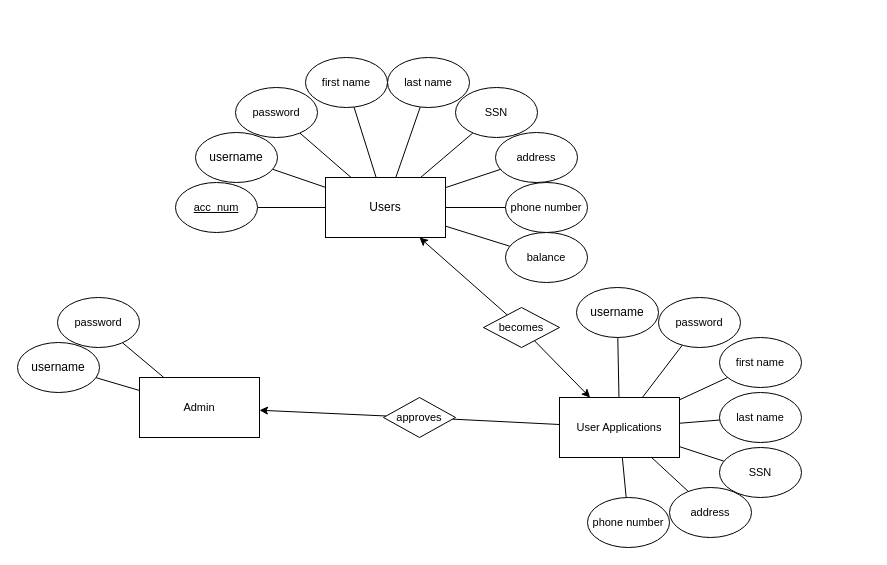
Before: diagrams/CSET170-Final-Banking.drawio in bluemario8/CSET170-Final-Banking, a draw.io diagram. Source tidied: cells renumbered, new cells numbered last; positions are measured from the earlier drawing's top-left corner, leaving out a move shared by most shapes. Both pictures are drawn from the tidied source at 100%, with x=0, y=0 at pixel (17, 57).
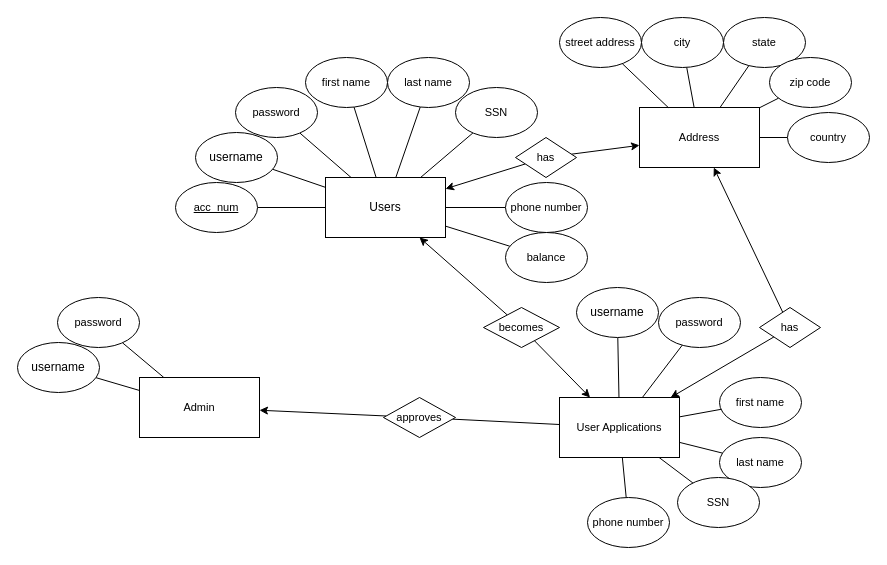
The same diagram, later.

The change refers to these unchanged cells:
```xml
<mxCell id="2" value="Users" style="rounded=0;whiteSpace=wrap;html=1;" parent="1" vertex="1">
  <mxGeometry x="308" y="120" width="120" height="60" as="geometry" />
</mxCell>
<mxCell id="23" value="&lt;div&gt;User Applications&lt;/div&gt;" style="rounded=0;whiteSpace=wrap;html=1;fontFamily=Helvetica;fontSize=11;fontColor=default;labelBackgroundColor=default;" parent="1" vertex="1">
  <mxGeometry x="542" y="340" width="120" height="60" as="geometry" />
</mxCell>
```

Change to the diagram source:
```diff
@@
-    <mxCell id="13" style="edgeStyle=none;shape=connector;rounded=0;jettySize=auto;html=1;strokeColor=default;align=center;verticalAlign=middle;fontFamily=Helvetica;fontSize=11;fontColor=default;labelBackgroundColor=default;startFill=0;endArrow=none;" parent="1" edge="1" source="14" target="2">
-      <mxGeometry relative="1" as="geometry" />
-    </mxCell>
-    <mxCell id="14" value="address" style="ellipse;whiteSpace=wrap;html=1;fontFamily=Helvetica;fontSize=11;fontColor=default;labelBackgroundColor=default;" parent="1" vertex="1">
-      <mxGeometry x="478" y="75" width="82" height="50" as="geometry" />
-    </mxCell>
@@
     <mxCell id="30" value="first name" style="ellipse;whiteSpace=wrap;html=1;fontFamily=Helvetica;fontSize=11;fontColor=default;labelBackgroundColor=default;" parent="1" vertex="1">
-      <mxGeometry x="702" y="280" width="82" height="50" as="geometry" />
+      <mxGeometry x="702" y="320" width="82" height="50" as="geometry" />
     </mxCell>
@@
     <mxCell id="32" value="last name" style="ellipse;whiteSpace=wrap;html=1;fontFamily=Helvetica;fontSize=11;fontColor=default;labelBackgroundColor=default;" parent="1" vertex="1">
-      <mxGeometry x="702" y="335" width="82" height="50" as="geometry" />
+      <mxGeometry x="702" y="380" width="82" height="50" as="geometry" />
     </mxCell>
@@
     <mxCell id="34" value="SSN" style="ellipse;whiteSpace=wrap;html=1;fontFamily=Helvetica;fontSize=11;fontColor=default;labelBackgroundColor=default;" parent="1" vertex="1">
-      <mxGeometry x="702" y="390" width="82" height="50" as="geometry" />
+      <mxGeometry x="660" y="420" width="82" height="50" as="geometry" />
     </mxCell>
-    <mxCell id="35" style="edgeStyle=none;shape=connector;rounded=0;jettySize=auto;html=1;strokeColor=default;align=center;verticalAlign=middle;fontFamily=Helvetica;fontSize=11;fontColor=default;labelBackgroundColor=default;startFill=0;endArrow=none;" parent="1" edge="1" source="36" target="23">
-      <mxGeometry relative="1" as="geometry" />
-    </mxCell>
-    <mxCell id="36" value="address" style="ellipse;whiteSpace=wrap;html=1;fontFamily=Helvetica;fontSize=11;fontColor=default;labelBackgroundColor=default;" parent="1" vertex="1">
-      <mxGeometry x="652" y="430" width="82" height="50" as="geometry" />
-    </mxCell>
@@
+    <mxCell id="47" value="&lt;div&gt;Address&lt;/div&gt;" style="rounded=0;whiteSpace=wrap;html=1;fontFamily=Helvetica;fontSize=11;fontColor=default;labelBackgroundColor=default;" parent="1" vertex="1">
+      <mxGeometry x="622" y="50" width="120" height="60" as="geometry" />
+    </mxCell>
+    <mxCell id="48" style="edgeStyle=none;shape=connector;rounded=0;jettySize=auto;html=1;strokeColor=default;align=center;verticalAlign=middle;fontFamily=Helvetica;fontSize=11;fontColor=default;labelBackgroundColor=default;startFill=0;endArrow=none;" parent="1" edge="1" source="49" target="47">
+      <mxGeometry relative="1" as="geometry" />
+    </mxCell>
+    <mxCell id="49" value="street address" style="ellipse;whiteSpace=wrap;html=1;fontFamily=Helvetica;fontSize=11;fontColor=default;labelBackgroundColor=default;" parent="1" vertex="1">
+      <mxGeometry x="542" y="-40" width="82" height="50" as="geometry" />
+    </mxCell>
+    <mxCell id="50" style="edgeStyle=none;shape=connector;rounded=0;jettySize=auto;html=1;strokeColor=default;align=center;verticalAlign=middle;fontFamily=Helvetica;fontSize=11;fontColor=default;labelBackgroundColor=default;startFill=0;endArrow=none;" parent="1" edge="1" source="51" target="47">
+      <mxGeometry relative="1" as="geometry" />
+    </mxCell>
+    <mxCell id="51" value="city" style="ellipse;whiteSpace=wrap;html=1;fontFamily=Helvetica;fontSize=11;fontColor=default;labelBackgroundColor=default;" parent="1" vertex="1">
+      <mxGeometry x="624" y="-40" width="82" height="50" as="geometry" />
+    </mxCell>
+    <mxCell id="52" style="edgeStyle=none;shape=connector;rounded=0;jettySize=auto;html=1;strokeColor=default;align=center;verticalAlign=middle;fontFamily=Helvetica;fontSize=11;fontColor=default;labelBackgroundColor=default;startFill=0;endArrow=none;" parent="1" edge="1" source="53" target="47">
+      <mxGeometry relative="1" as="geometry" />
+    </mxCell>
+    <mxCell id="53" value="country" style="ellipse;whiteSpace=wrap;html=1;fontFamily=Helvetica;fontSize=11;fontColor=default;labelBackgroundColor=default;" parent="1" vertex="1">
+      <mxGeometry x="770" y="55" width="82" height="50" as="geometry" />
+    </mxCell>
+    <mxCell id="54" style="edgeStyle=none;shape=connector;rounded=0;jettySize=auto;html=1;strokeColor=default;align=center;verticalAlign=middle;fontFamily=Helvetica;fontSize=11;fontColor=default;labelBackgroundColor=default;startFill=0;endArrow=none;" parent="1" edge="1" source="55" target="47">
+      <mxGeometry relative="1" as="geometry" />
+    </mxCell>
+    <mxCell id="55" value="state" style="ellipse;whiteSpace=wrap;html=1;fontFamily=Helvetica;fontSize=11;fontColor=default;labelBackgroundColor=default;" parent="1" vertex="1">
+      <mxGeometry x="706" y="-40" width="82" height="50" as="geometry" />
+    </mxCell>
+    <mxCell id="56" style="edgeStyle=none;shape=connector;rounded=0;jettySize=auto;html=1;strokeColor=default;align=center;verticalAlign=middle;fontFamily=Helvetica;fontSize=11;fontColor=default;labelBackgroundColor=default;startFill=0;endArrow=none;" parent="1" edge="1" source="57" target="47">
+      <mxGeometry relative="1" as="geometry" />
+    </mxCell>
+    <mxCell id="57" value="zip code" style="ellipse;whiteSpace=wrap;html=1;fontFamily=Helvetica;fontSize=11;fontColor=default;labelBackgroundColor=default;" parent="1" vertex="1">
+      <mxGeometry x="752" width="82" height="50" as="geometry" />
+    </mxCell>
+    <mxCell id="58" style="edgeStyle=none;shape=connector;rounded=0;jettySize=auto;html=1;strokeColor=default;align=center;verticalAlign=middle;fontFamily=Helvetica;fontSize=11;fontColor=default;labelBackgroundColor=default;startFill=0;endArrow=classic;endFill=1;" parent="1" edge="1" source="60" target="2">
+      <mxGeometry relative="1" as="geometry" />
+    </mxCell>
+    <mxCell id="59" style="edgeStyle=none;shape=connector;rounded=0;jettySize=auto;html=1;strokeColor=default;align=center;verticalAlign=middle;fontFamily=Helvetica;fontSize=11;fontColor=default;labelBackgroundColor=default;startFill=0;endArrow=classic;endFill=1;" parent="1" edge="1" source="60" target="47">
+      <mxGeometry relative="1" as="geometry" />
+    </mxCell>
+    <mxCell id="60" value="has" style="rhombus;whiteSpace=wrap;html=1;fontFamily=Helvetica;fontSize=11;fontColor=default;labelBackgroundColor=default;" parent="1" vertex="1">
+      <mxGeometry x="498" y="80" width="61" height="40" as="geometry" />
+    </mxCell>
+    <mxCell id="61" style="edgeStyle=none;shape=connector;rounded=0;jettySize=auto;html=1;strokeColor=default;align=center;verticalAlign=middle;fontFamily=Helvetica;fontSize=11;fontColor=default;labelBackgroundColor=default;startFill=0;endArrow=classic;endFill=1;" parent="1" edge="1" source="62" target="47">
+      <mxGeometry relative="1" as="geometry" />
+    </mxCell>
+    <mxCell id="62" value="has" style="rhombus;whiteSpace=wrap;html=1;fontFamily=Helvetica;fontSize=11;fontColor=default;labelBackgroundColor=default;" parent="1" vertex="1">
+      <mxGeometry x="742" y="250" width="61" height="40" as="geometry" />
+    </mxCell>
+    <mxCell id="63" style="edgeStyle=none;shape=connector;rounded=0;jettySize=auto;html=1;strokeColor=default;align=center;verticalAlign=middle;fontFamily=Helvetica;fontSize=11;fontColor=default;labelBackgroundColor=default;startFill=0;endArrow=classic;endFill=1;" parent="1" edge="1" source="62" target="23">
+      <mxGeometry relative="1" as="geometry" />
+    </mxCell>
```
